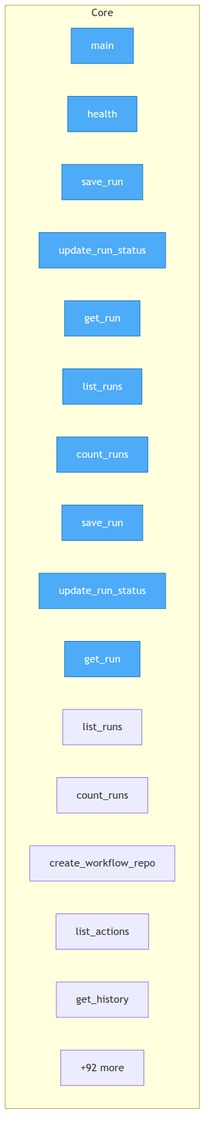
wronai/nlp2dsl keeps this Mermaid diagram as project/flow.png. Above is the earlier version. Its source is kept beside it as project/flow.mmd.
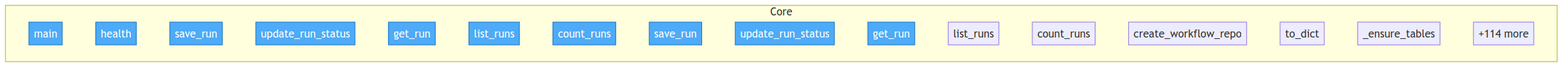
Above is the later version.

What changed in the source:
```diff
@@ -16,9 +16,9 @@
         backend__app__db__WorkflowRepo__list_runs["list_runs"]
         backend__app__db__WorkflowRepo__count_runs["count_runs"]
         backend__app__db__create_workflow_repo["create_workflow_repo"]
-        backend__app__workflow__list_actions["list_actions"]
-        backend__app__workflow__get_history["get_history"]
-        ...["+92 more"]
+        backend__app__db__postgres__WorkflowRunModel__to_dict["to_dict"]
+        backend__app__db__postgres__PostgresWorkflowRepo___ensure_tables["_ensure_tables"]
+        ...["+114 more"]
     end
 
     class tauri_wrapper__src_tauri__src__main__main,backend__app__main__health,backend__app__db__memory__MemoryWorkflowRepo__save_run,backend__app__db__memory__MemoryWorkflowRepo__update_run_status,backend__app__db__memory__MemoryWorkflowRepo__get_run,backend__app__db__memory__MemoryWorkflowRepo__list_runs,backend__app__db__memory__MemoryWorkflowRepo__count_runs,backend__app__db__WorkflowRepo__save_run,backend__app__db__WorkflowRepo__update_run_status,backend__app__db__WorkflowRepo__get_run entry
```
